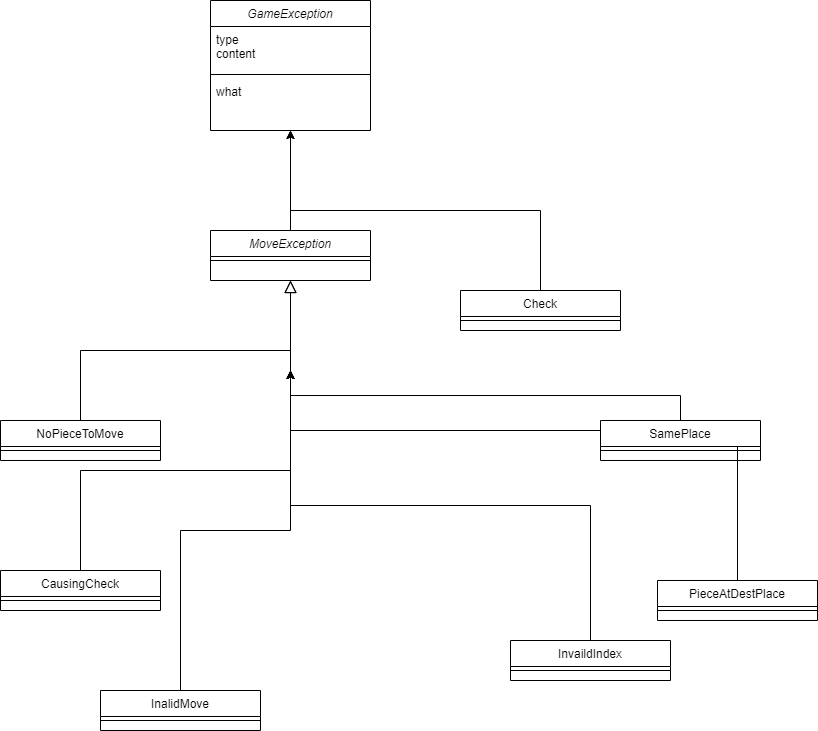
Above: Exceptions Classes.png in linoyazdi/Chess-project (draw.io), before the change. Source tidied: cells renumbered, new cells last; positions are measured from the earlier drawing's top-left corner, leaving out a move shared by most shapes.
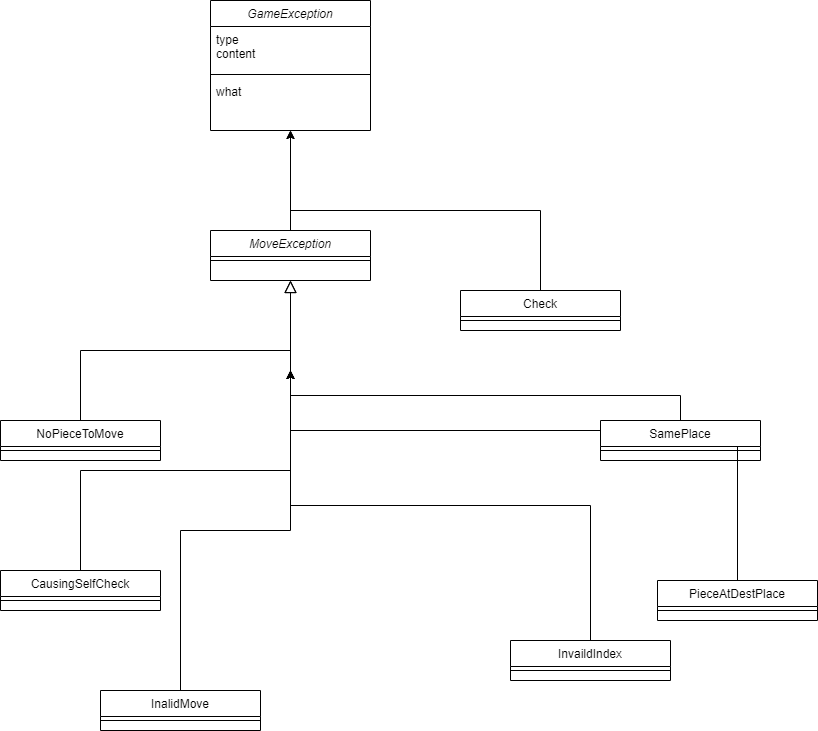
Later version of the same file.

The edit, as a diff of the source:
```diff
@@ -56,7 +56,7 @@
         <mxPoint x="290" y="370" as="targetPoint" />
       </mxGeometry>
     </mxCell>
-    <mxCell id="18" value="CausingCheck" style="swimlane;fontStyle=0;align=center;verticalAlign=top;horizontal=1;startSize=26;rounded=0;shadow=0;strokeWidth=1;" parent="1" vertex="1">
+    <mxCell id="18" value="CausingSelfCheck" style="swimlane;fontStyle=0;align=center;verticalAlign=top;horizontal=1;startSize=26;rounded=0;shadow=0;strokeWidth=1;" parent="1" vertex="1">
       <mxGeometry y="570" width="160" height="40" as="geometry" />
     </mxCell>
     <mxCell id="19" style="line;html=1;strokeWidth=1;align=left;verticalAlign=middle;spacingTop=-1;spacingLeft=3;spacingRight=3;labelPosition=right;" parent="18" vertex="1">
```
